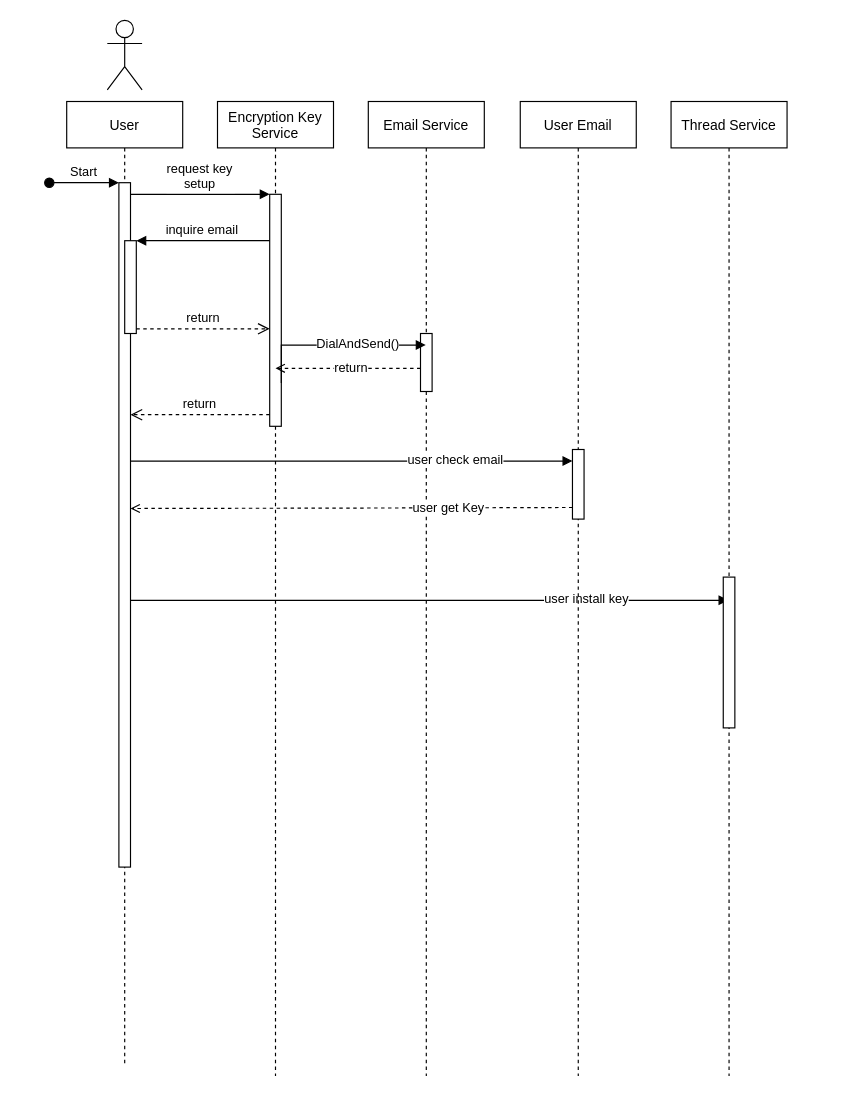
Earlier version of the draw.io diagram Untitled Diagram.drawio (YIFENGSCOTT/gin-vue-admin). Source tidied: cells renumbered, new cells numbered last; positions are measured from the earlier drawing's top-left corner, leaving out a move shared by most shapes. Both pictures are drawn from the tidied source at 116%, with x=0, y=0 at pixel (49, 20).
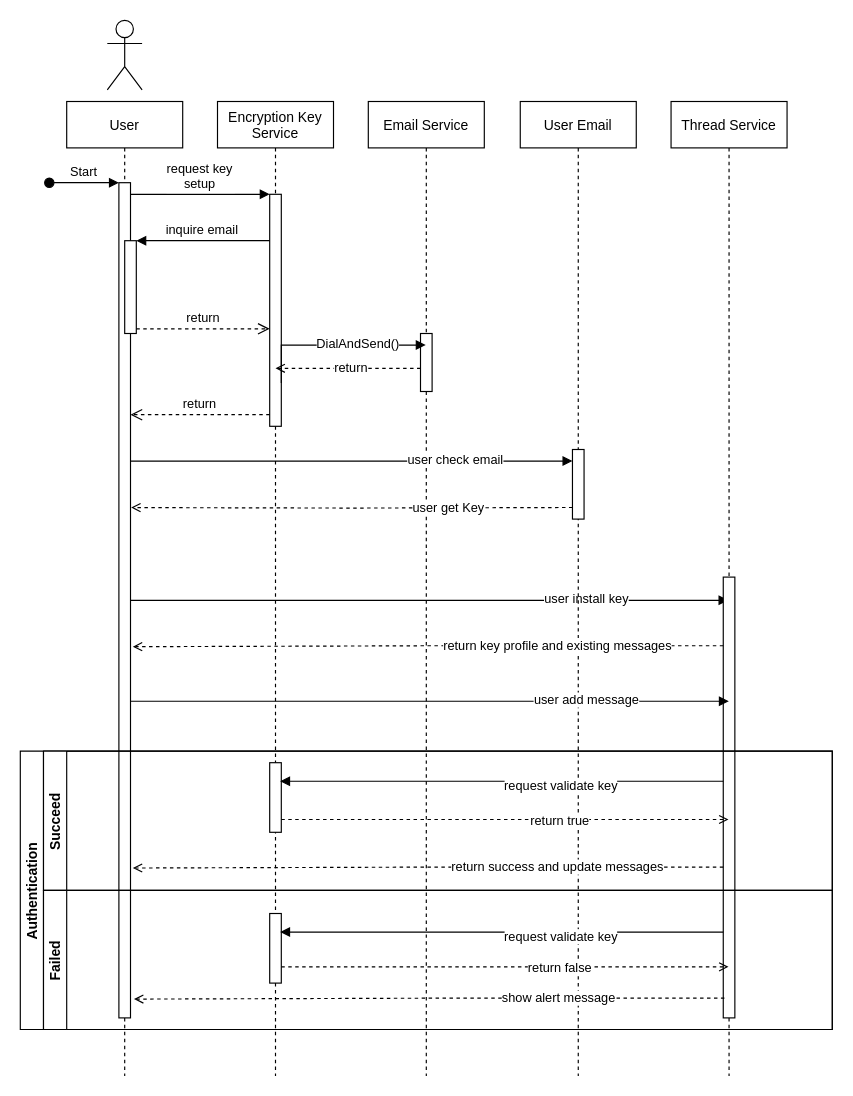
After the change.

Unchanged cells that the change refers to:
```xml
<mxCell id="6" value="Encryption Key &#10;Service" style="shape=umlLifeline;perimeter=lifelinePerimeter;rounded=0;shadow=0;strokeWidth=1;" parent="1" vertex="1">
  <mxGeometry x="145" y="70" width="100" height="840" as="geometry" />
</mxCell>
<mxCell id="17" value="User Email" style="shape=umlLifeline;perimeter=lifelinePerimeter;rounded=0;shadow=0;strokeWidth=1;" parent="1" vertex="1">
  <mxGeometry x="406" y="70" width="100" height="840" as="geometry" />
</mxCell>
<mxCell id="20" value="Thread Service" style="shape=umlLifeline;perimeter=lifelinePerimeter;rounded=0;shadow=0;strokeWidth=1;" parent="1" vertex="1">
  <mxGeometry x="536" y="70" width="100" height="840" as="geometry" />
</mxCell>
```

Diff of the diagram source:
```diff
@@
     <mxCell id="2" value="User" style="shape=umlLifeline;perimeter=lifelinePerimeter;rounded=0;shadow=0;strokeWidth=1;" parent="1" vertex="1">
-      <mxGeometry x="15" y="70" width="100" height="830" as="geometry" />
+      <mxGeometry x="15" y="70" width="100" height="840" as="geometry" />
     </mxCell>
     <mxCell id="3" style="points=[];perimeter=orthogonalPerimeter;rounded=0;shadow=0;strokeWidth=1;" parent="2" vertex="1">
-      <mxGeometry x="45" y="70" width="10" height="590" as="geometry" />
+      <mxGeometry x="45" y="70" width="10" height="720" as="geometry" />
     </mxCell>
@@
+    <mxCell id="27" style="points=[];perimeter=orthogonalPerimeter;rounded=0;shadow=0;strokeWidth=1;" parent="6" vertex="1">
+      <mxGeometry x="45" y="570" width="10" height="60" as="geometry" />
+    </mxCell>
@@
-    <mxCell id="19" value="user get Key" style="edgeStyle=orthogonalEdgeStyle;rounded=0;jettySize=auto;html=1;dashed=1;endArrow=open;endFill=0;entryX=1;entryY=0.476;entryDx=0;entryDy=0;entryPerimeter=0;" parent="17" edge="1" target="3">
+    <mxCell id="19" value="user get Key" style="edgeStyle=orthogonalEdgeStyle;rounded=0;jettySize=auto;html=1;dashed=1;endArrow=open;endFill=0;entryX=1.058;entryY=0.389;entryDx=0;entryDy=0;entryPerimeter=0;" parent="17" edge="1" target="3">
       <mxGeometry x="-0.44" relative="1" as="geometry">
         <mxPoint x="45" y="350" as="sourcePoint" />
       </mxGeometry>
     </mxCell>
@@
     <mxCell id="21" style="points=[];perimeter=orthogonalPerimeter;rounded=0;shadow=0;strokeWidth=1;" parent="20" vertex="1">
-      <mxGeometry x="45" y="410" width="10" height="130" as="geometry" />
+      <mxGeometry x="45" y="410" width="10" height="380" as="geometry" />
     </mxCell>
+    <mxCell id="28" value="return key profile and existing messages" style="edgeStyle=orthogonalEdgeStyle;rounded=0;orthogonalLoop=1;jettySize=auto;html=1;dashed=1;endArrow=open;endFill=0;" parent="20" edge="1">
+      <mxGeometry x="-0.44" relative="1" as="geometry">
+        <mxPoint x="45" y="469.2" as="sourcePoint" />
+        <mxPoint x="-464" y="470" as="targetPoint" />
+        <Array as="points">
+          <mxPoint x="-210" y="469" />
+          <mxPoint x="-464" y="470" />
+        </Array>
+      </mxGeometry>
+    </mxCell>
+    <mxCell id="29" value="return success and update messages" style="edgeStyle=orthogonalEdgeStyle;rounded=0;orthogonalLoop=1;jettySize=auto;html=1;dashed=1;endArrow=open;endFill=0;" parent="20" edge="1">
+      <mxGeometry x="-0.44" relative="1" as="geometry">
+        <mxPoint x="45" y="660" as="sourcePoint" />
+        <mxPoint x="-464" y="660.8" as="targetPoint" />
+        <Array as="points">
+          <mxPoint x="-210" y="659.8" />
+          <mxPoint x="-464" y="660.8" />
+        </Array>
+      </mxGeometry>
+    </mxCell>
@@
+    <mxCell id="30" style="edgeStyle=orthogonalEdgeStyle;rounded=0;orthogonalLoop=1;jettySize=auto;html=1;endArrow=block;endFill=1;" parent="1" edge="1">
+      <mxGeometry relative="1" as="geometry">
+        <mxPoint x="70.2" y="587" as="sourcePoint" />
+        <mxPoint x="585.8" y="587" as="targetPoint" />
+        <Array as="points">
+          <mxPoint x="545.2" y="587" />
+          <mxPoint x="545.2" y="587" />
+        </Array>
+      </mxGeometry>
+    </mxCell>
+    <mxCell id="31" value="user add message" style="edgeLabel;html=1;align=center;verticalAlign=middle;" parent="30" vertex="1">
+      <mxGeometry x="0.68" y="2" relative="1" as="geometry">
+        <mxPoint x="-41" as="offset" />
+      </mxGeometry>
+    </mxCell>
+    <mxCell id="32" style="edgeStyle=orthogonalEdgeStyle;rounded=0;jettySize=auto;html=1;entryX=0.9;entryY=0.267;entryDx=0;entryDy=0;entryPerimeter=0;endArrow=block;endFill=1;" parent="1" edge="1" source="21" target="27">
+      <mxGeometry relative="1" as="geometry">
+        <Array as="points">
+          <mxPoint x="525" y="656" />
+          <mxPoint x="525" y="656" />
+        </Array>
+      </mxGeometry>
+    </mxCell>
+    <mxCell id="33" value="request validate key" style="edgeLabel;html=1;align=center;verticalAlign=middle;" parent="32" vertex="1">
+      <mxGeometry x="-0.26" y="3" relative="1" as="geometry" />
+    </mxCell>
+    <mxCell id="34" style="edgeStyle=orthogonalEdgeStyle;rounded=0;jettySize=auto;html=1;endArrow=open;endFill=0;dashed=1;" parent="1" edge="1" target="20">
+      <mxGeometry relative="1" as="geometry">
+        <mxPoint x="200" y="689" as="sourcePoint" />
+        <Array as="points">
+          <mxPoint x="505" y="689" />
+          <mxPoint x="505" y="689" />
+        </Array>
+      </mxGeometry>
+    </mxCell>
+    <mxCell id="35" value="return true" style="edgeLabel;html=1;align=center;verticalAlign=middle;" parent="34" vertex="1">
+      <mxGeometry x="0.24" relative="1" as="geometry" />
+    </mxCell>
+    <mxCell id="36" value="Authentication" style="swimlane;horizontal=0;startSize=20;" parent="1" vertex="1">
+      <mxGeometry x="-25" y="630" width="700" height="240" as="geometry" />
+    </mxCell>
+    <mxCell id="37" value="Succeed" style="swimlane;startSize=20;horizontal=0;" parent="36" vertex="1">
+      <mxGeometry x="20" width="680" height="120" as="geometry" />
+    </mxCell>
+    <mxCell id="38" value="Failed" style="swimlane;startSize=20;horizontal=0;" parent="36" vertex="1">
+      <mxGeometry x="20" y="120" width="680" height="120" as="geometry" />
+    </mxCell>
+    <mxCell id="39" style="perimeter=orthogonalPerimeter;rounded=0;shadow=0;strokeWidth=1;" parent="38" vertex="1">
+      <mxGeometry x="195" y="20" width="10" height="60" as="geometry" />
+    </mxCell>
+    <mxCell id="40" style="edgeStyle=orthogonalEdgeStyle;rounded=0;orthogonalLoop=1;jettySize=auto;html=1;entryX=0.9;entryY=0.267;entryDx=0;entryDy=0;entryPerimeter=0;endArrow=block;endFill=1;" parent="38" edge="1">
+      <mxGeometry relative="1" as="geometry">
+        <mxPoint x="586" y="36" as="sourcePoint" />
+        <mxPoint x="204" y="36" as="targetPoint" />
+        <Array as="points">
+          <mxPoint x="530" y="36" />
+          <mxPoint x="530" y="36" />
+        </Array>
+      </mxGeometry>
+    </mxCell>
+    <mxCell id="41" value="request validate key" style="edgeLabel;html=1;align=center;verticalAlign=middle;" parent="40" vertex="1">
+      <mxGeometry x="-0.26" y="3" relative="1" as="geometry" />
+    </mxCell>
+    <mxCell id="42" style="edgeStyle=orthogonalEdgeStyle;rounded=0;orthogonalLoop=1;jettySize=auto;html=1;endArrow=open;endFill=0;dashed=1;" parent="38" edge="1">
+      <mxGeometry relative="1" as="geometry">
+        <mxPoint x="205" y="66" as="sourcePoint" />
+        <mxPoint x="590.5" y="66" as="targetPoint" />
+        <Array as="points">
+          <mxPoint x="510" y="66" />
+          <mxPoint x="510" y="66" />
+        </Array>
+      </mxGeometry>
+    </mxCell>
+    <mxCell id="43" value="return false" style="edgeLabel;html=1;align=center;verticalAlign=middle;" parent="42" vertex="1">
+      <mxGeometry x="0.24" relative="1" as="geometry" />
+    </mxCell>
+    <mxCell id="44" value="show alert message" style="edgeStyle=orthogonalEdgeStyle;rounded=0;orthogonalLoop=1;jettySize=auto;html=1;dashed=1;endArrow=open;endFill=0;" parent="38" edge="1">
+      <mxGeometry x="-0.44" relative="1" as="geometry">
+        <mxPoint x="587" y="93" as="sourcePoint" />
+        <mxPoint x="78" y="93.8" as="targetPoint" />
+        <Array as="points">
+          <mxPoint x="332" y="92.8" />
+          <mxPoint x="78" y="93.8" />
+        </Array>
+      </mxGeometry>
+    </mxCell>
```
